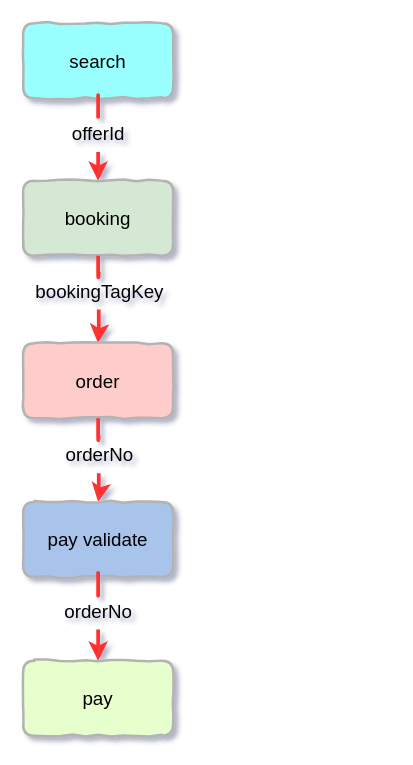
Earlier version of the draw.io diagram 未命名绘图.drawio (cy22-y/qunar). Source tidied: cells renumbered, new cells numbered last; positions are measured from the earlier drawing's top-left corner, leaving out a move shared by most shapes. Both pictures are drawn from the tidied source at 125%, with x=0, y=0 at pixel (22, 22).
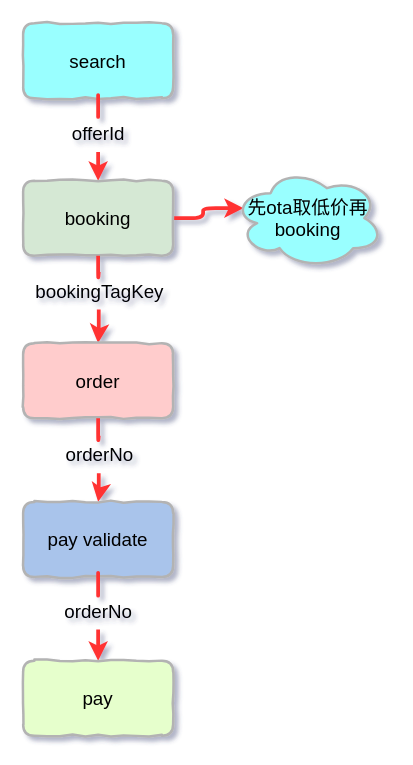
Above is the later version.

Commit message:
更新未命名绘图.drawio

Unchanged cells that the change refers to:
```xml
<mxCell id="5" value="booking" style="whiteSpace=wrap;html=1;rounded=1;comic=1;strokeColor=#B3B3B3;strokeWidth=2;fontFamily=Helvetica;fontSize=15;fontColor=default;fillColor=#D5E8D4;" parent="1" vertex="1">
  <mxGeometry y="126" width="120" height="60" as="geometry" />
</mxCell>
```

Change to the diagram source:
```diff
@@
+    <mxCell id="19" style="edgeStyle=orthogonalEdgeStyle;rounded=1;jettySize=auto;html=1;entryX=0.07;entryY=0.4;entryDx=0;entryDy=0;entryPerimeter=0;strokeColor=#FF3333;strokeWidth=3;fontFamily=Helvetica;fontSize=15;fontColor=#000000;" parent="1" edge="1" source="5" target="20">
+      <mxGeometry relative="1" as="geometry" />
+    </mxCell>
@@
+    <mxCell id="20" value="先ota取低价再booking" style="ellipse;shape=cloud;whiteSpace=wrap;html=1;rounded=1;comic=1;strokeColor=#B3B3B3;strokeWidth=2;fontFamily=Helvetica;fontSize=15;fontColor=#000000;fillColor=#99FFFF;" parent="1" vertex="1">
+      <mxGeometry x="168" y="116" width="120" height="80" as="geometry" />
+    </mxCell>
```
